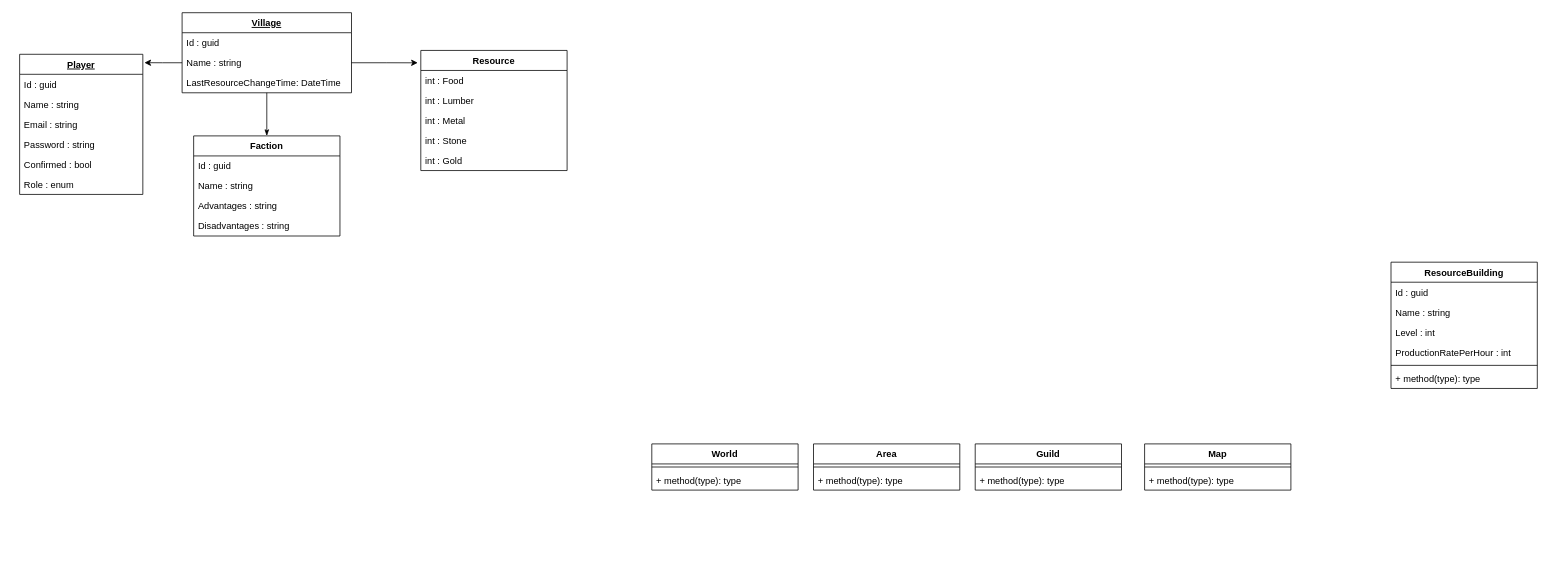
Before: Documents/Models.drawio in AlirezaSabouei/Yooresh, a draw.io diagram. Source tidied: cells renumbered, new cells numbered last; positions are measured from the earlier drawing's top-left corner, leaving out a move shared by most shapes. Both pictures are drawn from the tidied source at 77%, with x=0, y=0 at pixel (19, 12).
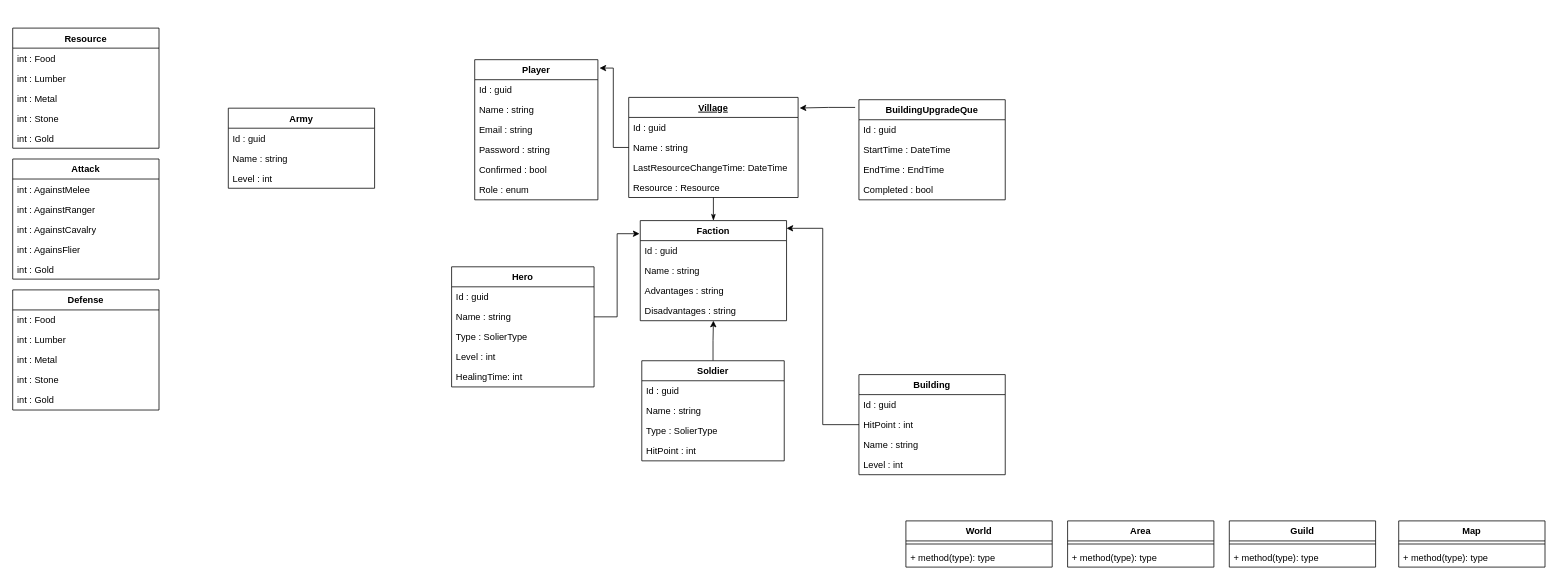
The same page after the edit.

Commit message:
Models Diagram Upgraded

The change refers to these unchanged cells:
```xml
<mxCell id="12" value="Name : string" style="text;strokeColor=none;fillColor=none;align=left;verticalAlign=top;spacingLeft=4;spacingRight=4;overflow=hidden;points=[[0,0.5],[1,0.5]];portConstraint=eastwest;" parent="10" vertex="1">
  <mxGeometry y="52" width="220" height="26" as="geometry" />
</mxCell>
```

Diff of the diagram source:
```diff
@@
-    <mxCell id="2" value="Player" style="swimlane;fontStyle=5;align=center;verticalAlign=top;horizontal=1;startSize=26;" parent="1" vertex="1">
-      <mxGeometry y="54" width="160" height="182" as="geometry" />
+    <mxCell id="2" value="Player" style="swimlane;fontStyle=1;align=center;verticalAlign=top;horizontal=1;startSize=26;" parent="1" vertex="1">
+      <mxGeometry x="591" y="61" width="160" height="182" as="geometry" />
     </mxCell>
@@
     <mxCell id="10" value="Village" style="swimlane;fontStyle=5;align=center;verticalAlign=top;horizontal=1;startSize=26;" parent="1" vertex="1">
-      <mxGeometry x="211" width="220" height="104" as="geometry" />
+      <mxGeometry x="791" y="110" width="220" height="130" as="geometry" />
     </mxCell>
@@
+    <mxCell id="46" value="Resource : Resource" style="text;strokeColor=none;fillColor=none;align=left;verticalAlign=top;spacingLeft=4;spacingRight=4;overflow=hidden;" parent="10" vertex="1">
+      <mxGeometry y="104" width="220" height="26" as="geometry" />
+    </mxCell>
     <mxCell id="14" value="Faction" style="swimlane;fontStyle=1;align=center;verticalAlign=top;horizontal=1;startSize=26;" parent="1" vertex="1">
-      <mxGeometry x="226" y="160" width="190" height="130" as="geometry" />
+      <mxGeometry x="806" y="270" width="190" height="130" as="geometry" />
     </mxCell>
@@
     <mxCell id="19" value="Resource" style="swimlane;fontStyle=1;align=center;verticalAlign=top;horizontal=1;startSize=26;" parent="1" vertex="1">
-      <mxGeometry x="521" y="49" width="190" height="156" as="geometry" />
+      <mxGeometry x="-9" y="20" width="190" height="156" as="geometry" />
     </mxCell>
@@
-    <mxCell id="25" value="ResourceBuilding" style="swimlane;fontStyle=1;align=center;verticalAlign=top;horizontal=1;startSize=26;" parent="1" vertex="1">
-      <mxGeometry x="1781" y="324" width="190" height="164" as="geometry" />
-    </mxCell>
-    <mxCell id="26" value="Id : guid" style="text;strokeColor=none;fillColor=none;align=left;verticalAlign=top;spacingLeft=4;spacingRight=4;overflow=hidden;" parent="25" vertex="1">
-      <mxGeometry y="26" width="190" height="26" as="geometry" />
-    </mxCell>
-    <mxCell id="27" value="Name : string" style="text;strokeColor=none;fillColor=none;align=left;verticalAlign=top;spacingLeft=4;spacingRight=4;overflow=hidden;" parent="25" vertex="1">
-      <mxGeometry y="52" width="190" height="26" as="geometry" />
-    </mxCell>
-    <mxCell id="28" value="Level : int" style="text;strokeColor=none;fillColor=none;align=left;verticalAlign=top;spacingLeft=4;spacingRight=4;overflow=hidden;" parent="25" vertex="1">
-      <mxGeometry y="78" width="190" height="26" as="geometry" />
-    </mxCell>
-    <mxCell id="29" value="ProductionRatePerHour : int" style="text;strokeColor=none;fillColor=none;align=left;verticalAlign=top;spacingLeft=4;spacingRight=4;overflow=hidden;" parent="25" vertex="1">
-      <mxGeometry y="104" width="190" height="26" as="geometry" />
-    </mxCell>
-    <mxCell id="30" style="line;strokeWidth=1;fillColor=none;align=left;verticalAlign=middle;spacingTop=-1;spacingLeft=3;spacingRight=3;labelPosition=right;" parent="25" vertex="1">
-      <mxGeometry y="130" width="190" height="8" as="geometry" />
-    </mxCell>
-    <mxCell id="31" value="+ method(type): type" style="text;strokeColor=none;fillColor=none;align=left;verticalAlign=top;spacingLeft=4;spacingRight=4;overflow=hidden;" parent="25" vertex="1">
-      <mxGeometry y="138" width="190" height="26" as="geometry" />
-    </mxCell>
     <mxCell id="32" value="World" style="swimlane;fontStyle=1;align=center;verticalAlign=top;horizontal=1;startSize=26;" parent="1" vertex="1">
-      <mxGeometry x="821" y="560" width="190" height="60" as="geometry" />
+      <mxGeometry x="1151" y="660" width="190" height="60" as="geometry" />
     </mxCell>
@@
     <mxCell id="35" value="Area" style="swimlane;fontStyle=1;align=center;verticalAlign=top;horizontal=1;startSize=26;" parent="1" vertex="1">
-      <mxGeometry x="1031" y="560" width="190" height="60" as="geometry" />
+      <mxGeometry x="1361" y="660" width="190" height="60" as="geometry" />
     </mxCell>
@@
     <mxCell id="38" value="Guild" style="swimlane;fontStyle=1;align=center;verticalAlign=top;horizontal=1;startSize=26;" parent="1" vertex="1">
-      <mxGeometry x="1241" y="560" width="190" height="60" as="geometry" />
+      <mxGeometry x="1571" y="660" width="190" height="60" as="geometry" />
     </mxCell>
@@
     <mxCell id="41" value="Map" style="swimlane;fontStyle=1;align=center;verticalAlign=top;horizontal=1;startSize=26;" parent="1" vertex="1">
-      <mxGeometry x="1461" y="560" width="190" height="60" as="geometry" />
+      <mxGeometry x="1791" y="660" width="190" height="60" as="geometry" />
     </mxCell>
@@
-    <mxCell id="44" style="edgeStyle=orthogonalEdgeStyle;rounded=0;jettySize=auto;html=1;exitX=1;exitY=0.5;exitDx=0;exitDy=0;entryX=-0.021;entryY=0.103;entryDx=0;entryDy=0;entryPerimeter=0;" parent="1" edge="1" source="12" target="19">
-      <mxGeometry relative="1" as="geometry" />
-    </mxCell>
@@
+    <mxCell id="47" style="edgeStyle=orthogonalEdgeStyle;rounded=0;jettySize=auto;html=1;entryX=1;entryY=0.077;entryDx=0;entryDy=0;entryPerimeter=0;" parent="1" edge="1" source="48" target="14">
+      <mxGeometry relative="1" as="geometry" />
+    </mxCell>
+    <mxCell id="48" value="Building" style="swimlane;fontStyle=1;align=center;verticalAlign=top;horizontal=1;startSize=26;" parent="1" vertex="1">
+      <mxGeometry x="1090" y="470" width="190" height="130" as="geometry" />
+    </mxCell>
+    <mxCell id="49" value="Id : guid" style="text;strokeColor=none;fillColor=none;align=left;verticalAlign=top;spacingLeft=4;spacingRight=4;overflow=hidden;" parent="48" vertex="1">
+      <mxGeometry y="26" width="190" height="26" as="geometry" />
+    </mxCell>
+    <mxCell id="50" value="HitPoint : int" style="text;strokeColor=none;fillColor=none;align=left;verticalAlign=top;spacingLeft=4;spacingRight=4;overflow=hidden;" parent="48" vertex="1">
+      <mxGeometry y="52" width="190" height="26" as="geometry" />
+    </mxCell>
+    <mxCell id="51" value="Name : string" style="text;strokeColor=none;fillColor=none;align=left;verticalAlign=top;spacingLeft=4;spacingRight=4;overflow=hidden;" parent="48" vertex="1">
+      <mxGeometry y="78" width="190" height="26" as="geometry" />
+    </mxCell>
+    <mxCell id="52" value="Level : int" style="text;strokeColor=none;fillColor=none;align=left;verticalAlign=top;spacingLeft=4;spacingRight=4;overflow=hidden;" parent="48" vertex="1">
+      <mxGeometry y="104" width="190" height="26" as="geometry" />
+    </mxCell>
+    <mxCell id="53" style="edgeStyle=orthogonalEdgeStyle;rounded=0;jettySize=auto;html=1;entryX=1.009;entryY=0.106;entryDx=0;entryDy=0;entryPerimeter=0;exitX=-0.026;exitY=0.077;exitDx=0;exitDy=0;exitPerimeter=0;" parent="1" edge="1" source="54" target="10">
+      <mxGeometry relative="1" as="geometry" />
+    </mxCell>
+    <mxCell id="54" value="BuildingUpgradeQue" style="swimlane;fontStyle=1;align=center;verticalAlign=top;horizontal=1;startSize=26;" parent="1" vertex="1">
+      <mxGeometry x="1090" y="113" width="190" height="130" as="geometry" />
+    </mxCell>
+    <mxCell id="55" value="Id : guid" style="text;strokeColor=none;fillColor=none;align=left;verticalAlign=top;spacingLeft=4;spacingRight=4;overflow=hidden;" parent="54" vertex="1">
+      <mxGeometry y="26" width="190" height="26" as="geometry" />
+    </mxCell>
+    <mxCell id="56" value="StartTime : DateTime" style="text;strokeColor=none;fillColor=none;align=left;verticalAlign=top;spacingLeft=4;spacingRight=4;overflow=hidden;" parent="54" vertex="1">
+      <mxGeometry y="52" width="190" height="26" as="geometry" />
+    </mxCell>
+    <mxCell id="57" value="EndTime : EndTime" style="text;strokeColor=none;fillColor=none;align=left;verticalAlign=top;spacingLeft=4;spacingRight=4;overflow=hidden;" parent="54" vertex="1">
+      <mxGeometry y="78" width="190" height="26" as="geometry" />
+    </mxCell>
+    <mxCell id="58" value="Completed : bool" style="text;strokeColor=none;fillColor=none;align=left;verticalAlign=top;spacingLeft=4;spacingRight=4;overflow=hidden;" parent="54" vertex="1">
+      <mxGeometry y="104" width="190" height="26" as="geometry" />
+    </mxCell>
+    <mxCell id="59" style="edgeStyle=orthogonalEdgeStyle;rounded=0;jettySize=auto;html=1;" parent="1" edge="1" source="60" target="14">
+      <mxGeometry relative="1" as="geometry" />
+    </mxCell>
+    <mxCell id="60" value="Soldier" style="swimlane;fontStyle=1;align=center;verticalAlign=top;horizontal=1;startSize=26;" parent="1" vertex="1">
+      <mxGeometry x="808" y="452" width="185" height="130" as="geometry" />
+    </mxCell>
+    <mxCell id="61" value="Id : guid" style="text;strokeColor=none;fillColor=none;align=left;verticalAlign=top;spacingLeft=4;spacingRight=4;overflow=hidden;" parent="60" vertex="1">
+      <mxGeometry y="26" width="185" height="26" as="geometry" />
+    </mxCell>
+    <mxCell id="62" value="Name : string" style="text;strokeColor=none;fillColor=none;align=left;verticalAlign=top;spacingLeft=4;spacingRight=4;overflow=hidden;" parent="60" vertex="1">
+      <mxGeometry y="52" width="185" height="26" as="geometry" />
+    </mxCell>
+    <mxCell id="63" value="Type : SolierType" style="text;strokeColor=none;fillColor=none;align=left;verticalAlign=top;spacingLeft=4;spacingRight=4;overflow=hidden;" parent="60" vertex="1">
+      <mxGeometry y="78" width="185" height="26" as="geometry" />
+    </mxCell>
+    <mxCell id="64" value="HitPoint : int" style="text;strokeColor=none;fillColor=none;align=left;verticalAlign=top;spacingLeft=4;spacingRight=4;overflow=hidden;" parent="60" vertex="1">
+      <mxGeometry y="104" width="185" height="26" as="geometry" />
+    </mxCell>
+    <mxCell id="65" value="Army" style="swimlane;fontStyle=1;align=center;verticalAlign=top;horizontal=1;startSize=26;" parent="1" vertex="1">
+      <mxGeometry x="271" y="124" width="190" height="104" as="geometry" />
+    </mxCell>
+    <mxCell id="66" value="Id : guid" style="text;strokeColor=none;fillColor=none;align=left;verticalAlign=top;spacingLeft=4;spacingRight=4;overflow=hidden;" parent="65" vertex="1">
+      <mxGeometry y="26" width="190" height="26" as="geometry" />
+    </mxCell>
+    <mxCell id="27" value="Name : string" style="text;strokeColor=none;fillColor=none;align=left;verticalAlign=top;spacingLeft=4;spacingRight=4;overflow=hidden;" parent="65" vertex="1">
+      <mxGeometry y="52" width="190" height="26" as="geometry" />
+    </mxCell>
+    <mxCell id="28" value="Level : int" style="text;strokeColor=none;fillColor=none;align=left;verticalAlign=top;spacingLeft=4;spacingRight=4;overflow=hidden;" parent="65" vertex="1">
+      <mxGeometry y="78" width="190" height="26" as="geometry" />
+    </mxCell>
+    <mxCell id="67" value="Attack" style="swimlane;fontStyle=1;align=center;verticalAlign=top;horizontal=1;startSize=26;" parent="1" vertex="1">
+      <mxGeometry x="-9" y="190" width="190" height="156" as="geometry" />
+    </mxCell>
+    <mxCell id="68" value="int : AgainstMelee" style="text;strokeColor=none;fillColor=none;align=left;verticalAlign=top;spacingLeft=4;spacingRight=4;overflow=hidden;" parent="67" vertex="1">
+      <mxGeometry y="26" width="190" height="26" as="geometry" />
+    </mxCell>
+    <mxCell id="69" value="int : AgainstRanger" style="text;strokeColor=none;fillColor=none;align=left;verticalAlign=top;spacingLeft=4;spacingRight=4;overflow=hidden;" parent="67" vertex="1">
+      <mxGeometry y="52" width="190" height="26" as="geometry" />
+    </mxCell>
+    <mxCell id="70" value="int : AgainstCavalry" style="text;strokeColor=none;fillColor=none;align=left;verticalAlign=top;spacingLeft=4;spacingRight=4;overflow=hidden;" parent="67" vertex="1">
+      <mxGeometry y="78" width="190" height="26" as="geometry" />
+    </mxCell>
+    <mxCell id="71" value="int : AgainsFlier" style="text;strokeColor=none;fillColor=none;align=left;verticalAlign=top;spacingLeft=4;spacingRight=4;overflow=hidden;" parent="67" vertex="1">
+      <mxGeometry y="104" width="190" height="26" as="geometry" />
+    </mxCell>
+    <mxCell id="72" value="int : Gold" style="text;strokeColor=none;fillColor=none;align=left;verticalAlign=top;spacingLeft=4;spacingRight=4;overflow=hidden;" parent="67" vertex="1">
+      <mxGeometry y="130" width="190" height="26" as="geometry" />
+    </mxCell>
+    <mxCell id="73" value="Defense" style="swimlane;fontStyle=1;align=center;verticalAlign=top;horizontal=1;startSize=26;" parent="1" vertex="1">
+      <mxGeometry x="-9" y="360" width="190" height="156" as="geometry" />
+    </mxCell>
+    <mxCell id="74" value="int : Food" style="text;strokeColor=none;fillColor=none;align=left;verticalAlign=top;spacingLeft=4;spacingRight=4;overflow=hidden;" parent="73" vertex="1">
+      <mxGeometry y="26" width="190" height="26" as="geometry" />
+    </mxCell>
+    <mxCell id="75" value="int : Lumber" style="text;strokeColor=none;fillColor=none;align=left;verticalAlign=top;spacingLeft=4;spacingRight=4;overflow=hidden;" parent="73" vertex="1">
+      <mxGeometry y="52" width="190" height="26" as="geometry" />
+    </mxCell>
+    <mxCell id="76" value="int : Metal" style="text;strokeColor=none;fillColor=none;align=left;verticalAlign=top;spacingLeft=4;spacingRight=4;overflow=hidden;" parent="73" vertex="1">
+      <mxGeometry y="78" width="190" height="26" as="geometry" />
+    </mxCell>
+    <mxCell id="77" value="int : Stone" style="text;strokeColor=none;fillColor=none;align=left;verticalAlign=top;spacingLeft=4;spacingRight=4;overflow=hidden;" parent="73" vertex="1">
+      <mxGeometry y="104" width="190" height="26" as="geometry" />
+    </mxCell>
+    <mxCell id="78" value="int : Gold" style="text;strokeColor=none;fillColor=none;align=left;verticalAlign=top;spacingLeft=4;spacingRight=4;overflow=hidden;" parent="73" vertex="1">
+      <mxGeometry y="130" width="190" height="26" as="geometry" />
+    </mxCell>
+    <mxCell id="79" value="Hero" style="swimlane;fontStyle=1;align=center;verticalAlign=top;horizontal=1;startSize=26;" parent="1" vertex="1">
+      <mxGeometry x="561" y="330" width="185" height="156" as="geometry" />
+    </mxCell>
+    <mxCell id="80" value="Id : guid" style="text;strokeColor=none;fillColor=none;align=left;verticalAlign=top;spacingLeft=4;spacingRight=4;overflow=hidden;" parent="79" vertex="1">
+      <mxGeometry y="26" width="185" height="26" as="geometry" />
+    </mxCell>
+    <mxCell id="81" value="Name : string" style="text;strokeColor=none;fillColor=none;align=left;verticalAlign=top;spacingLeft=4;spacingRight=4;overflow=hidden;points=[[0,0.5],[1,0.5]];portConstraint=eastwest;" parent="79" vertex="1">
+      <mxGeometry y="52" width="185" height="26" as="geometry" />
+    </mxCell>
+    <mxCell id="82" value="Type : SolierType" style="text;strokeColor=none;fillColor=none;align=left;verticalAlign=top;spacingLeft=4;spacingRight=4;overflow=hidden;" parent="79" vertex="1">
+      <mxGeometry y="78" width="185" height="26" as="geometry" />
+    </mxCell>
+    <mxCell id="83" value="Level : int" style="text;strokeColor=none;fillColor=none;align=left;verticalAlign=top;spacingLeft=4;spacingRight=4;overflow=hidden;" parent="79" vertex="1">
+      <mxGeometry y="104" width="185" height="26" as="geometry" />
+    </mxCell>
+    <mxCell id="84" value="HealingTime: int" style="text;strokeColor=none;fillColor=none;align=left;verticalAlign=top;spacingLeft=4;spacingRight=4;overflow=hidden;" parent="79" vertex="1">
+      <mxGeometry y="130" width="185" height="26" as="geometry" />
+    </mxCell>
+    <mxCell id="85" style="edgeStyle=orthogonalEdgeStyle;rounded=0;jettySize=auto;html=1;entryX=-0.005;entryY=0.131;entryDx=0;entryDy=0;entryPerimeter=0;" parent="1" edge="1" source="81" target="14">
+      <mxGeometry relative="1" as="geometry" />
+    </mxCell>
```
